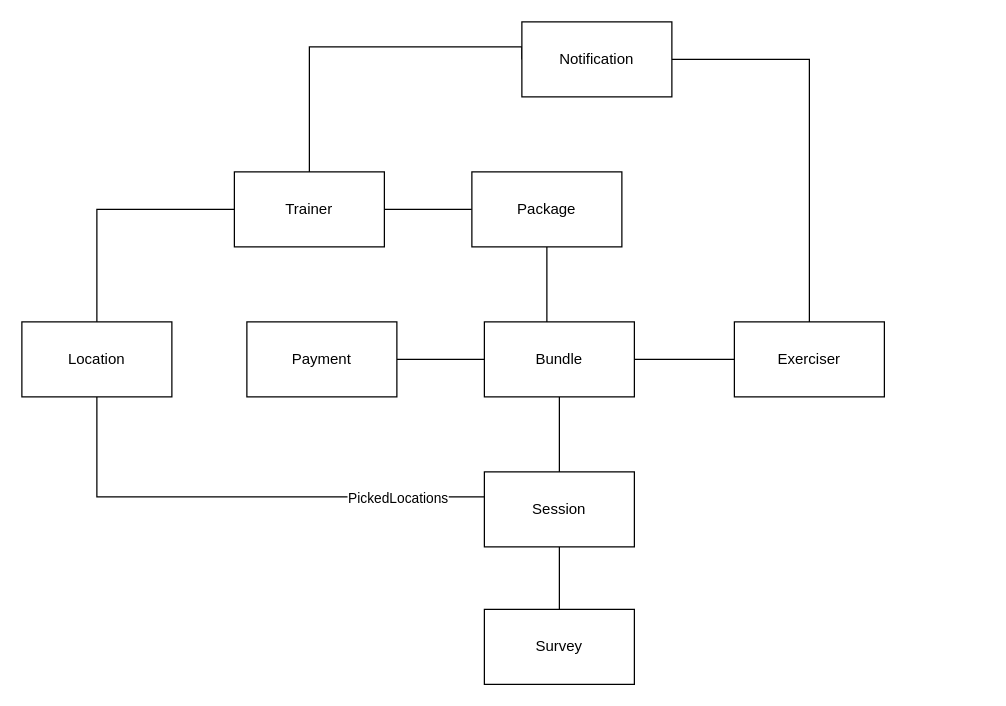
Above: Diagram.drawio in PredragDjukic/Bachelor-s-thesis (draw.io), before the change. Source tidied: cells renumbered, new cells numbered last; positions are measured from the earlier drawing's top-left corner, leaving out a move shared by most shapes. Both pictures are drawn from the tidied source at 125%, with x=0, y=0 at pixel (21, 21).
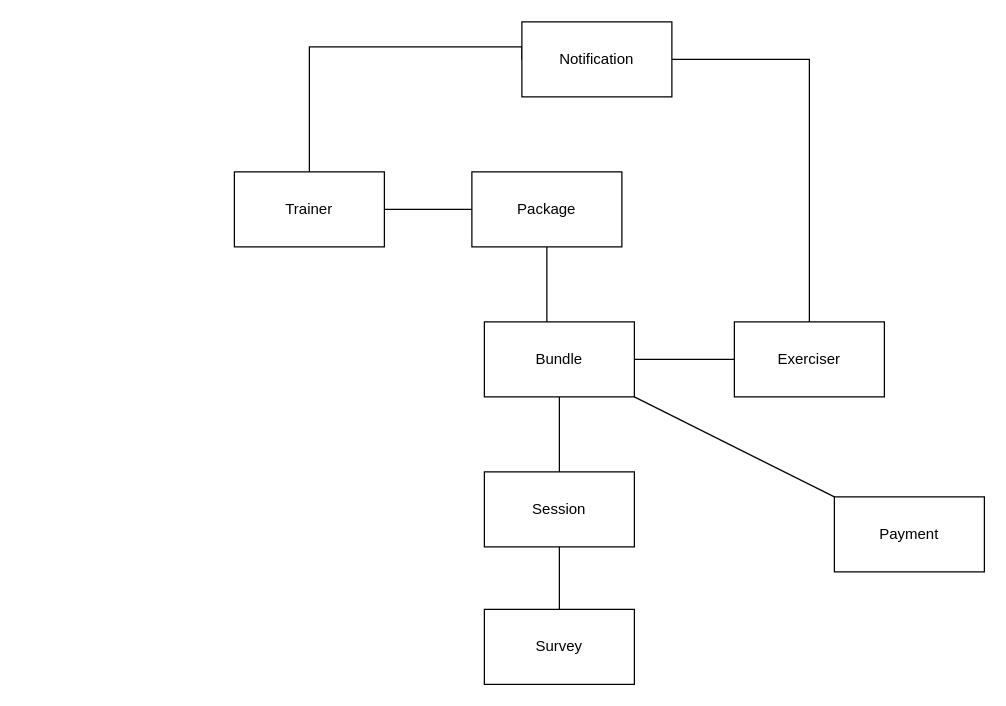
The same page after the edit.

The change refers to these unchanged cells:
```xml
<mxCell id="5" value="Trainer" style="rounded=0;whiteSpace=wrap;html=1;" parent="1" vertex="1">
  <mxGeometry x="170" y="120" width="120" height="60" as="geometry" />
</mxCell>
<mxCell id="9" value="Bundle" style="rounded=0;whiteSpace=wrap;html=1;" parent="1" vertex="1">
  <mxGeometry x="370" y="240" width="120" height="60" as="geometry" />
</mxCell>
<mxCell id="11" value="Session" style="rounded=0;whiteSpace=wrap;html=1;" parent="1" vertex="1">
  <mxGeometry x="370" y="360" width="120" height="60" as="geometry" />
</mxCell>
```

The edit, as a diff of the source:
```diff
@@
-    <mxCell id="4" style="edgeStyle=orthogonalEdgeStyle;rounded=0;jettySize=auto;html=1;endArrow=none;endFill=0;" parent="1" edge="1" source="5" target="21">
-      <mxGeometry relative="1" as="geometry" />
-    </mxCell>
@@
-    <mxCell id="17" style="edgeStyle=orthogonalEdgeStyle;rounded=0;jettySize=auto;html=1;endArrow=none;endFill=0;" parent="1" edge="1" source="18" target="9">
+    <mxCell id="17" style="jettySize=auto;html=1;endArrow=none;endFill=0;jumpStyle=none;sketch=0;strokeColor=default;shadow=0;rounded=0;" parent="1" edge="1" source="18" target="9">
       <mxGeometry relative="1" as="geometry" />
     </mxCell>
     <mxCell id="18" value="Payment" style="rounded=0;whiteSpace=wrap;html=1;" parent="1" vertex="1">
-      <mxGeometry x="180" y="240" width="120" height="60" as="geometry" />
+      <mxGeometry x="650" y="380" width="120" height="60" as="geometry" />
     </mxCell>
-    <mxCell id="19" style="edgeStyle=orthogonalEdgeStyle;rounded=0;jettySize=auto;html=1;endArrow=none;endFill=0;" parent="1" edge="1" source="21" target="11">
-      <mxGeometry relative="1" as="geometry">
-        <Array as="points">
-          <mxPoint x="60" y="380" />
-        </Array>
-      </mxGeometry>
-    </mxCell>
-    <mxCell id="20" value="PickedLocations" style="edgeLabel;html=1;align=center;verticalAlign=middle;" parent="19" vertex="1">
-      <mxGeometry x="0.87" y="4" relative="1" as="geometry">
-        <mxPoint x="-45" y="4" as="offset" />
-      </mxGeometry>
-    </mxCell>
-    <mxCell id="21" value="Location" style="rounded=0;whiteSpace=wrap;html=1;" parent="1" vertex="1">
-      <mxGeometry y="240" width="120" height="60" as="geometry" />
-    </mxCell>
```
